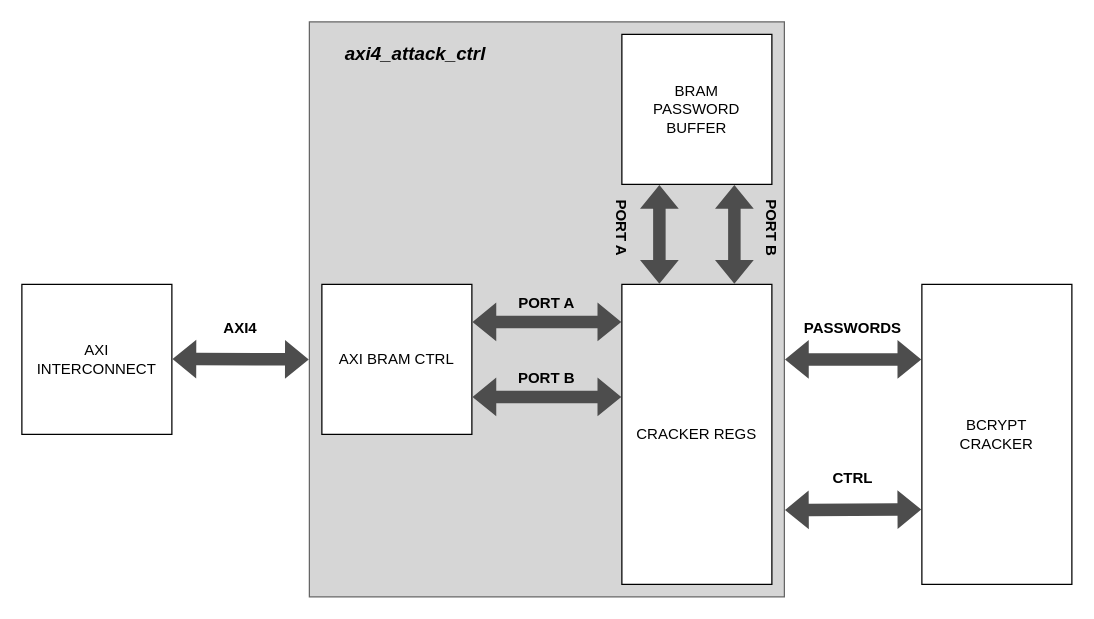
The draw.io diagram page "axi4_attack_ctrl" (3 of 5) of assets/drawio/pcie_communication_protocol.drawio in Djokzer/fpga_bruteforce_attack, before the edit. Source tidied: cells renumbered, new cells numbered last; positions are measured from the earlier drawing's top-left corner, leaving out a move shared by most shapes. Both pictures are drawn from the tidied source at 125%, with x=0, y=0 at pixel (21, 21).
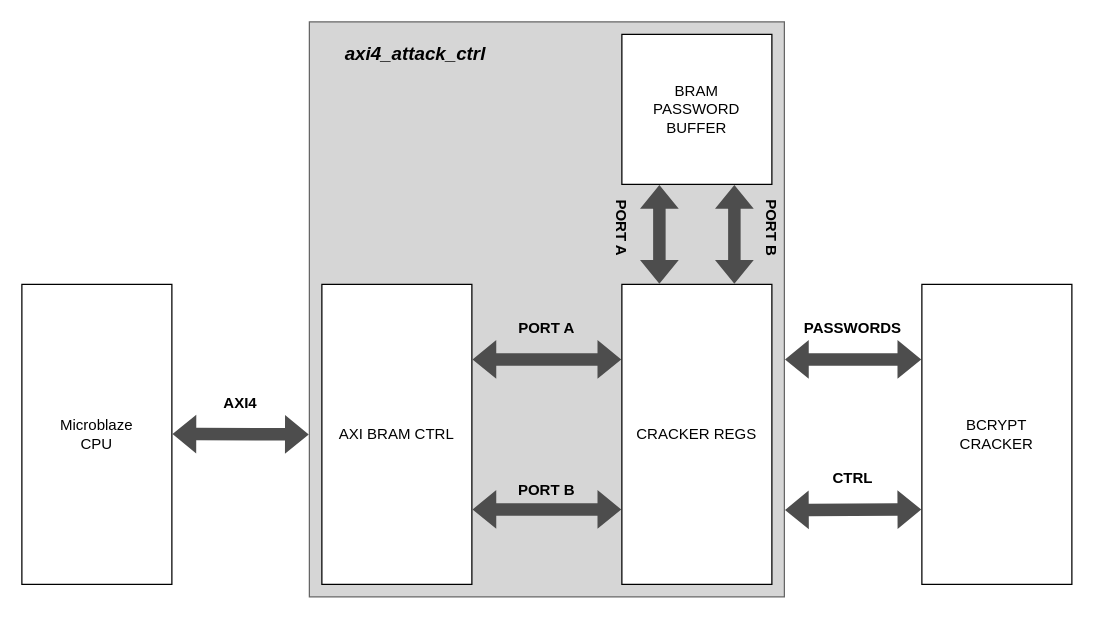
The same page after the edit.

Unchanged cells that the change refers to:
```xml
<mxCell id="5" value="&lt;div&gt;CRACKER REGS&lt;/div&gt;" style="rounded=0;whiteSpace=wrap;html=1;" parent="1" vertex="1">
  <mxGeometry x="480" y="210" width="120" height="240" as="geometry" />
</mxCell>
```

Diff of the diagram source:
```diff
@@
     <mxCell id="4" value="AXI BRAM CTRL" style="rounded=0;whiteSpace=wrap;html=1;" parent="1" vertex="1">
-      <mxGeometry x="240" y="210" width="120" height="120" as="geometry" />
+      <mxGeometry x="240" y="210" width="120" height="240" as="geometry" />
     </mxCell>
@@
     <mxCell id="6" style="shape=flexArrow;endArrow=classic;html=1;rounded=0;exitX=1;exitY=0.5;exitDx=0;exitDy=0;startArrow=block;fillColor=#4D4D4D;strokeColor=none;" parent="1" edge="1">
       <mxGeometry relative="1" as="geometry">
-        <mxPoint x="120" y="269.7" as="sourcePoint" />
-        <mxPoint x="230" y="270" as="targetPoint" />
+        <mxPoint x="120" y="329.7" as="sourcePoint" />
+        <mxPoint x="230" y="330" as="targetPoint" />
       </mxGeometry>
     </mxCell>
-    <mxCell id="7" value="&lt;div&gt;AXI&lt;/div&gt;&lt;div&gt;INTERCONNECT&lt;/div&gt;" style="rounded=0;whiteSpace=wrap;html=1;" parent="1" vertex="1">
-      <mxGeometry y="210" width="120" height="120" as="geometry" />
-    </mxCell>
@@
-    <mxCell id="9" style="shape=flexArrow;endArrow=classic;html=1;rounded=0;exitX=1;exitY=0.25;exitDx=0;exitDy=0;startArrow=block;fillColor=#4D4D4D;strokeColor=none;entryX=0;entryY=0.25;entryDx=0;entryDy=0;startFill=0;" parent="1" edge="1">
-      <mxGeometry relative="1" as="geometry">
-        <mxPoint x="360" y="240" as="sourcePoint" />
-        <mxPoint x="480" y="240" as="targetPoint" />
-      </mxGeometry>
+    <mxCell id="9" style="shape=flexArrow;endArrow=classic;html=1;rounded=0;exitX=1;exitY=0.25;exitDx=0;exitDy=0;startArrow=block;fillColor=#4D4D4D;strokeColor=none;entryX=0;entryY=0.25;entryDx=0;entryDy=0;startFill=0;" parent="1" edge="1" source="4" target="5">
+      <mxGeometry relative="1" as="geometry" />
     </mxCell>
     <mxCell id="10" value="PORT B" style="rounded=0;whiteSpace=wrap;html=1;strokeColor=none;fillColor=none;fontStyle=1;" parent="1" vertex="1">
-      <mxGeometry x="360" y="270" width="120" height="30" as="geometry" />
+      <mxGeometry x="360" y="360" width="120" height="30" as="geometry" />
     </mxCell>
-    <mxCell id="11" style="shape=flexArrow;endArrow=block;html=1;rounded=0;exitX=0;exitY=0.75;exitDx=0;exitDy=0;startArrow=block;fillColor=#4D4D4D;strokeColor=none;entryX=1;entryY=0.75;entryDx=0;entryDy=0;startFill=0;endFill=0;" parent="1" edge="1">
-      <mxGeometry relative="1" as="geometry">
-        <mxPoint x="480" y="300" as="sourcePoint" />
-        <mxPoint x="360" y="300" as="targetPoint" />
-      </mxGeometry>
+    <mxCell id="11" style="shape=flexArrow;endArrow=block;html=1;rounded=0;exitX=0;exitY=0.75;exitDx=0;exitDy=0;startArrow=block;fillColor=#4D4D4D;strokeColor=none;entryX=1;entryY=0.75;entryDx=0;entryDy=0;startFill=0;endFill=0;" parent="1" edge="1" source="5" target="4">
+      <mxGeometry relative="1" as="geometry" />
     </mxCell>
     <mxCell id="12" value="PORT A" style="rounded=0;whiteSpace=wrap;html=1;strokeColor=none;fillColor=none;fontStyle=1;" parent="1" vertex="1">
-      <mxGeometry x="360" y="210" width="120" height="30" as="geometry" />
+      <mxGeometry x="360" y="230" width="120" height="30" as="geometry" />
     </mxCell>
     <mxCell id="13" value="AXI4" style="rounded=0;whiteSpace=wrap;html=1;strokeColor=none;fillColor=none;fontStyle=1;" parent="1" vertex="1">
-      <mxGeometry x="120" y="230" width="110" height="30" as="geometry" />
+      <mxGeometry x="120" y="290" width="110" height="30" as="geometry" />
     </mxCell>
@@
+    <mxCell id="23" value="&lt;div&gt;Microblaze&lt;/div&gt;&lt;div&gt;CPU&lt;br&gt;&lt;/div&gt;" style="rounded=0;whiteSpace=wrap;html=1;" parent="1" vertex="1">
+      <mxGeometry y="210" width="120" height="240" as="geometry" />
+    </mxCell>
```
